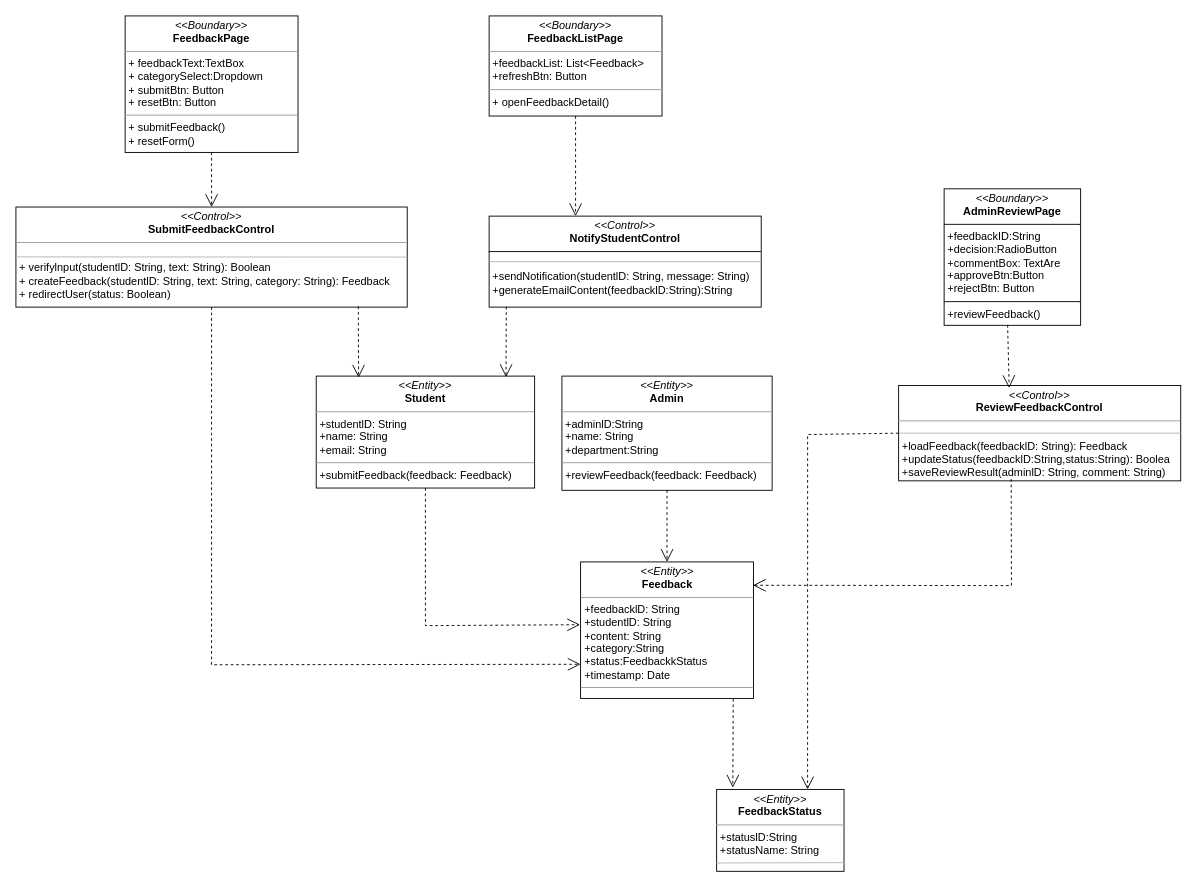
This is Assignment2/models/FeedBackClass.drawio from qianlinnian/se_sad_project, a draw.io file, before an edit. Source tidied: cells renumbered, new cells numbered last; positions are measured from the earlier drawing's top-left corner, leaving out a move shared by most shapes. Both pictures are drawn from the tidied source at 91%, with x=0, y=0 at pixel (15, 15).
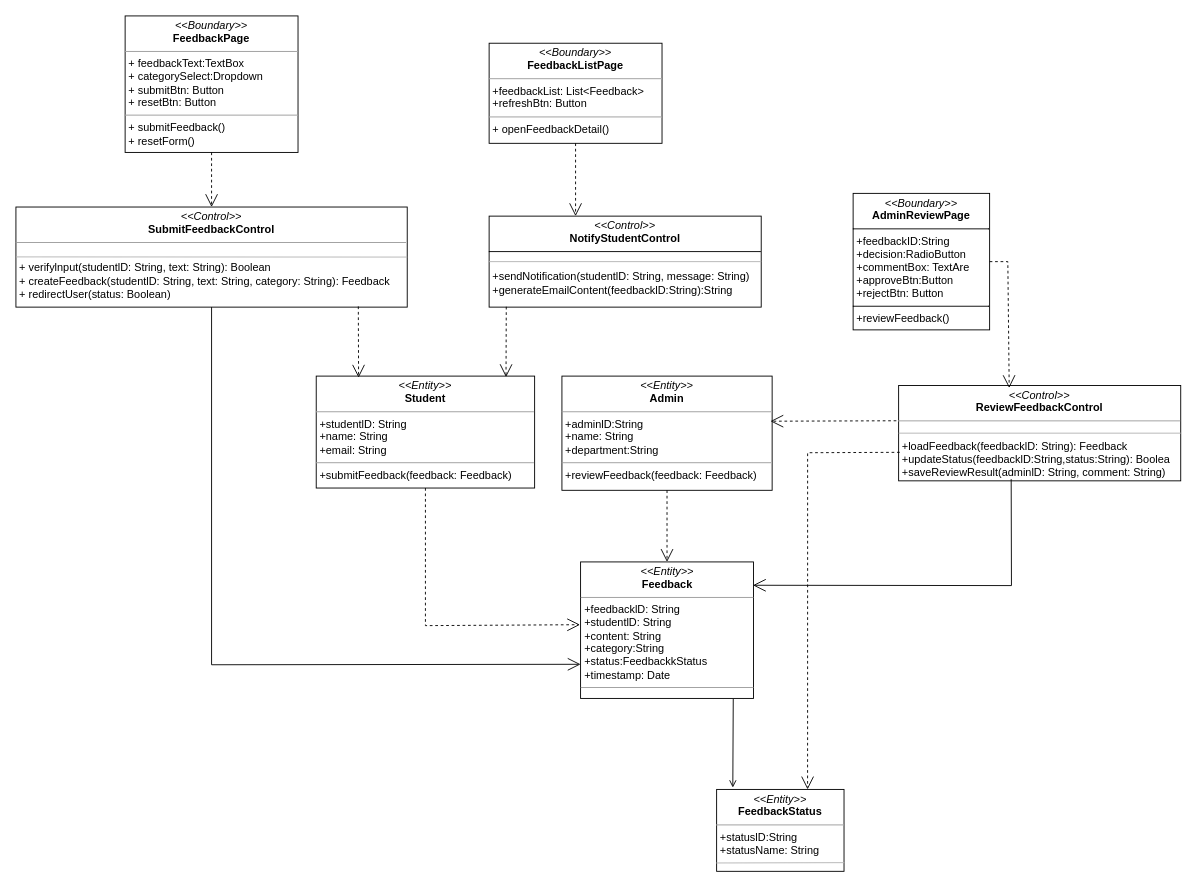
The same page after the edit.

Commit message (it also covers changes not shown here):
改了一些图和文档

The change refers to these unchanged cells:
```xml
<mxCell id="2" value="&lt;p style=&quot;margin:0px;margin-top:4px;text-align:center;&quot;&gt;&lt;i&gt;&amp;lt;&amp;lt;Control&amp;gt;&amp;gt;&lt;/i&gt;&lt;br&gt;&lt;b&gt;SubmitFeedbackControl&lt;/b&gt;&lt;/p&gt;&lt;hr size=&quot;1&quot;&gt;&lt;p style=&quot;margin:0px;margin-left:4px;&quot;&gt;&lt;br&gt;&lt;/p&gt;&lt;p style=&quot;margin:0px;margin-left:4px;&quot;&gt;+ verifylnput(studentlD: String, text: String): Boolean&lt;/p&gt;&lt;p style=&quot;margin:0px;margin-left:4px;&quot;&gt;+ createFeedback(studentlD: String, text: String, category: String): Feedback&lt;/p&gt;&lt;p style=&quot;margin:0px;margin-left:4px;&quot;&gt;+ redirectUser(status: Boolean)&lt;/p&gt;" style="verticalAlign=top;align=left;overflow=fill;fontSize=12;fontFamily=Helvetica;html=1;whiteSpace=wrap;" parent="1" vertex="1">
  <mxGeometry y="210" width="430" height="110" as="geometry" />
</mxCell>
<mxCell id="3" value="&lt;p style=&quot;margin:0px;margin-top:4px;text-align:center;&quot;&gt;&lt;i&gt;&amp;lt;&amp;lt;Entity&amp;gt;&amp;gt;&lt;br&gt;&lt;/i&gt;&lt;b&gt;FeedbackStatus&lt;/b&gt;&lt;/p&gt;&lt;hr size=&quot;1&quot;&gt;&lt;p style=&quot;margin:0px;margin-left:4px;&quot;&gt;&lt;span style=&quot;background-color: transparent; color: light-dark(rgb(0, 0, 0), rgb(255, 255, 255));&quot;&gt;+statuslD:String&lt;/span&gt;&lt;/p&gt;&lt;p style=&quot;margin:0px;margin-left:4px;&quot;&gt;+statusName: String&lt;/p&gt;" style="verticalAlign=top;align=left;overflow=fill;fontSize=12;fontFamily=Helvetica;html=1;whiteSpace=wrap;" parent="1" vertex="1">
  <mxGeometry x="770" y="850" width="140" height="90" as="geometry" />
</mxCell>
<mxCell id="4" value="&lt;p style=&quot;margin:0px;margin-top:4px;text-align:center;&quot;&gt;&lt;i&gt;&amp;lt;&amp;lt;Control&amp;gt;&amp;gt;&lt;br&gt;&lt;/i&gt;&lt;b&gt;ReviewFeedbackControl&lt;/b&gt;&lt;/p&gt;&lt;hr size=&quot;1&quot;&gt;&lt;p style=&quot;margin:0px;margin-left:4px;&quot;&gt;&lt;br&gt;&lt;/p&gt;&lt;p style=&quot;margin:0px;margin-left:4px;&quot;&gt;+loadFeedback(feedbacklD: String): Feedback&lt;/p&gt;&lt;p style=&quot;margin:0px;margin-left:4px;&quot;&gt;+updateStatus(feedbacklD:String,status:String): Boolea&lt;/p&gt;&lt;p style=&quot;margin:0px;margin-left:4px;&quot;&gt;+saveReviewResult(adminlD: String, comment: String)&lt;/p&gt;" style="verticalAlign=top;align=left;overflow=fill;fontSize=12;fontFamily=Helvetica;html=1;whiteSpace=wrap;" parent="1" vertex="1">
  <mxGeometry x="970" y="406.1" width="310" height="104.8" as="geometry" />
</mxCell>
<mxCell id="7" value="&lt;p style=&quot;margin:0px;margin-top:4px;text-align:center;&quot;&gt;&lt;i&gt;&amp;lt;&amp;lt;Entity&amp;gt;&amp;gt;&lt;/i&gt;&lt;br&gt;&lt;b&gt;Admin&lt;/b&gt;&lt;/p&gt;&lt;hr size=&quot;1&quot;&gt;&lt;p style=&quot;margin:0px;margin-left:4px;&quot;&gt;+adminlD:String&lt;/p&gt;&lt;p style=&quot;margin:0px;margin-left:4px;&quot;&gt;+name: String&lt;/p&gt;&lt;p style=&quot;margin:0px;margin-left:4px;&quot;&gt;+department:String&lt;br&gt;&lt;/p&gt;&lt;hr size=&quot;1&quot;&gt;&lt;p style=&quot;margin:0px;margin-left:4px;&quot;&gt;+reviewFeedback(feedback: Feedback)&lt;br&gt;&lt;/p&gt;" style="verticalAlign=top;align=left;overflow=fill;fontSize=12;fontFamily=Helvetica;html=1;whiteSpace=wrap;" parent="1" vertex="1">
  <mxGeometry x="600" y="395.8" width="231" height="125.5" as="geometry" />
</mxCell>
<mxCell id="9" value="&lt;p style=&quot;margin:0px;margin-top:4px;text-align:center;&quot;&gt;&lt;i&gt;&amp;lt;&amp;lt;Entity&amp;gt;&amp;gt;&lt;/i&gt;&lt;br&gt;&lt;b&gt;Feedback&lt;/b&gt;&lt;/p&gt;&lt;hr size=&quot;1&quot;&gt;&lt;p style=&quot;margin:0px;margin-left:4px;&quot;&gt;+feedbacklD: String&lt;/p&gt;&lt;p style=&quot;margin:0px;margin-left:4px;&quot;&gt;+studentlD: String&lt;/p&gt;&lt;p style=&quot;margin:0px;margin-left:4px;&quot;&gt;+content: String&lt;/p&gt;&lt;p style=&quot;margin:0px;margin-left:4px;&quot;&gt;+category:String&lt;/p&gt;&lt;p style=&quot;margin:0px;margin-left:4px;&quot;&gt;+status:FeedbackkStatus&lt;/p&gt;&lt;p style=&quot;margin:0px;margin-left:4px;&quot;&gt;+timestamp: Date&lt;/p&gt;&lt;hr size=&quot;1&quot;&gt;&lt;p style=&quot;margin:0px;margin-left:4px;&quot;&gt;&lt;br&gt;&lt;/p&gt;" style="verticalAlign=top;align=left;overflow=fill;fontSize=12;fontFamily=Helvetica;html=1;whiteSpace=wrap;" parent="1" vertex="1">
  <mxGeometry x="620.5" y="600" width="190" height="150" as="geometry" />
</mxCell>
```

What changed in the source:
```diff
@@
     <mxCell id="8" value="&lt;p style=&quot;margin:0px;margin-top:4px;text-align:center;&quot;&gt;&lt;i&gt;&amp;lt;&amp;lt;Boundary&amp;gt;&amp;gt;&lt;/i&gt;&lt;br&gt;&lt;b&gt;FeedbackListPage&lt;/b&gt;&lt;/p&gt;&lt;hr size=&quot;1&quot;&gt;&lt;p style=&quot;margin:0px;margin-left:4px;&quot;&gt;+feedbackList: List&amp;lt;Feedback&amp;gt;&lt;/p&gt;&lt;p style=&quot;margin:0px;margin-left:4px;&quot;&gt;+refreshBtn: Button&lt;/p&gt;&lt;hr size=&quot;1&quot;&gt;&lt;p style=&quot;margin:0px;margin-left:4px;&quot;&gt;+&amp;nbsp;&lt;span style=&quot;background-color: transparent;&quot;&gt;openFeedbackDetail()&lt;/span&gt;&lt;/p&gt;" style="verticalAlign=top;align=left;overflow=fill;fontSize=12;fontFamily=Helvetica;html=1;whiteSpace=wrap;" parent="1" vertex="1">
-      <mxGeometry x="520" width="190" height="110" as="geometry" />
+      <mxGeometry x="520" y="30" width="190" height="110" as="geometry" />
     </mxCell>
@@
     <mxCell id="12" value="&lt;p style=&quot;margin:0px;margin-top:4px;text-align:center;&quot;&gt;&lt;i&gt;&amp;lt;&amp;lt;Boundary&amp;gt;&amp;gt;&lt;/i&gt;&lt;br&gt;&lt;b&gt;AdminReviewPage&lt;/b&gt;&lt;/p&gt;&lt;hr size=&quot;1&quot; style=&quot;border-style:solid;&quot;&gt;&lt;p style=&quot;margin: 0px 0px 0px 4px;&quot;&gt;+feedbackID:String&lt;/p&gt;&lt;p style=&quot;margin: 0px 0px 0px 4px;&quot;&gt;+decision:RadioButton&lt;/p&gt;&lt;p style=&quot;margin: 0px 0px 0px 4px;&quot;&gt;+commentBox: TextAre&lt;/p&gt;&lt;p style=&quot;margin: 0px 0px 0px 4px;&quot;&gt;+approveBtn:Button&lt;/p&gt;&lt;p style=&quot;margin: 0px 0px 0px 4px;&quot;&gt;+rejectBtn: Button&lt;/p&gt;&lt;hr size=&quot;1&quot; style=&quot;border-style:solid;&quot;&gt;&lt;p style=&quot;margin:0px;margin-left:4px;&quot;&gt;+reviewFeedback()&lt;/p&gt;" style="verticalAlign=top;align=left;overflow=fill;html=1;whiteSpace=wrap;" parent="1" vertex="1">
-      <mxGeometry x="1020" y="190" width="150" height="150" as="geometry" />
+      <mxGeometry x="920" y="195" width="150" height="150" as="geometry" />
     </mxCell>
@@
-    <mxCell id="20" style="endArrow=open;html=1;rounded=0;exitX=0.465;exitY=0.997;exitDx=0;exitDy=0;endFill=0;strokeWidth=1;endSize=12;dashed=1;exitPerimeter=0;entryX=0.392;entryY=0.027;entryDx=0;entryDy=0;entryPerimeter=0;" parent="1" edge="1" source="12" target="4">
-      <mxGeometry relative="1" as="geometry" />
+    <mxCell id="20" style="endArrow=open;html=1;rounded=0;exitX=1;exitY=0.5;exitDx=0;exitDy=0;endFill=0;strokeWidth=1;endSize=12;dashed=1;entryX=0.392;entryY=0.027;entryDx=0;entryDy=0;entryPerimeter=0;" parent="1" edge="1" source="12" target="4">
+      <mxGeometry relative="1" as="geometry">
+        <Array as="points">
+          <mxPoint x="1090" y="270" />
+        </Array>
+      </mxGeometry>
     </mxCell>
-    <mxCell id="21" style="endArrow=open;html=1;rounded=0;exitX=0;exitY=0.5;exitDx=0;exitDy=0;endFill=0;strokeWidth=1;endSize=12;dashed=1;entryX=0.714;entryY=0;entryDx=0;entryDy=0;entryPerimeter=0;" parent="1" edge="1" source="4" target="3">
+    <mxCell id="21" style="endArrow=open;html=1;rounded=0;exitX=0.004;exitY=0.701;exitDx=0;exitDy=0;endFill=0;strokeWidth=1;endSize=12;dashed=1;entryX=0.714;entryY=0;entryDx=0;entryDy=0;entryPerimeter=0;exitPerimeter=0;" parent="1" edge="1" source="4" target="3">
       <mxGeometry relative="1" as="geometry">
         <Array as="points">
-          <mxPoint x="870" y="460" />
+          <mxPoint x="870" y="480" />
         </Array>
       </mxGeometry>
     </mxCell>
-    <mxCell id="22" style="endArrow=open;html=1;rounded=0;exitX=0.399;exitY=0.982;exitDx=0;exitDy=0;endFill=0;strokeWidth=1;endSize=12;dashed=1;exitPerimeter=0;entryX=0.997;entryY=0.171;entryDx=0;entryDy=0;entryPerimeter=0;" parent="1" edge="1" source="4" target="9">
+    <mxCell id="22" style="endArrow=open;html=1;rounded=0;exitX=0.399;exitY=0.982;exitDx=0;exitDy=0;endFill=0;strokeWidth=1;endSize=12;exitPerimeter=0;entryX=0.997;entryY=0.171;entryDx=0;entryDy=0;entryPerimeter=0;" parent="1" edge="1" source="4" target="9">
       <mxGeometry relative="1" as="geometry">
         <Array as="points">
           <mxPoint x="1094" y="626" />
         </Array>
       </mxGeometry>
     </mxCell>
@@
-    <mxCell id="24" style="endArrow=open;html=1;rounded=0;exitX=0.5;exitY=1;exitDx=0;exitDy=0;endFill=0;strokeWidth=1;endSize=12;dashed=1;entryX=0;entryY=0.75;entryDx=0;entryDy=0;" parent="1" edge="1" source="2" target="9">
+    <mxCell id="24" style="endArrow=open;html=1;rounded=0;exitX=0.5;exitY=1;exitDx=0;exitDy=0;endFill=0;strokeWidth=1;endSize=12;entryX=0;entryY=0.75;entryDx=0;entryDy=0;" parent="1" edge="1" source="2" target="9">
       <mxGeometry relative="1" as="geometry">
         <Array as="points">
           <mxPoint x="215" y="713" />
         </Array>
       </mxGeometry>
     </mxCell>
-    <mxCell id="25" style="endArrow=open;html=1;rounded=0;exitX=0.883;exitY=1.004;exitDx=0;exitDy=0;endFill=0;strokeWidth=1;endSize=12;dashed=1;entryX=0.127;entryY=-0.022;entryDx=0;entryDy=0;entryPerimeter=0;exitPerimeter=0;" parent="1" edge="1" source="9" target="3">
+    <mxCell id="25" style="endArrow=open;html=1;rounded=0;exitX=0.883;exitY=1.004;exitDx=0;exitDy=0;endFill=0;strokeWidth=1;entryX=0.127;entryY=-0.022;entryDx=0;entryDy=0;entryPerimeter=0;exitPerimeter=0;" parent="1" edge="1" source="9" target="3">
       <mxGeometry relative="1" as="geometry" />
     </mxCell>
@@
+    <mxCell id="27" style="endArrow=open;html=1;rounded=0;exitX=-0.008;exitY=0.37;exitDx=0;exitDy=0;endFill=0;strokeWidth=1;endSize=12;dashed=1;exitPerimeter=0;entryX=0.992;entryY=0.395;entryDx=0;entryDy=0;entryPerimeter=0;" parent="1" edge="1" source="4" target="7">
+      <mxGeometry relative="1" as="geometry" />
+    </mxCell>
```
